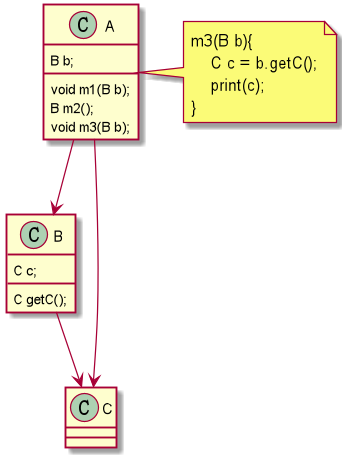
This is doc/images/LOD1.png from Drintau/StudyRepository, a PlantUML export, as it was before one commit. Its source is kept beside it as doc/UML/LOD1.puml. Its diagram source:
```plantuml
@startuml

class A{
    B b;
    void m1(B b);
    B m2();
    void m3(B b);
}
note right of A
m3(B b){
    C c = b.getC();
    print(c);
}
end note
class B{
    C c;
    C getC();
}
class C{
}

A --> B
A --> C
B --> C

@enduml
```
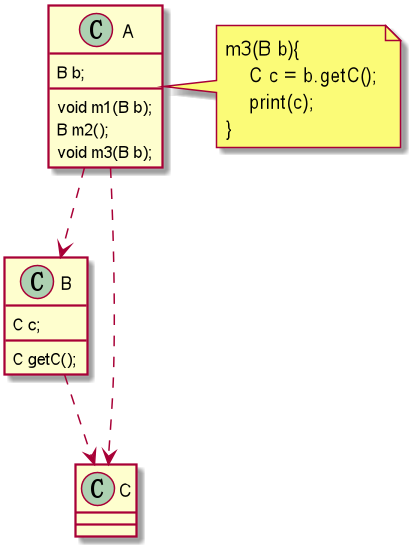
The same diagram one commit later.

The edit, as a diff of the source:
```diff
@@ -19,8 +19,8 @@
 class C{
 }
 
-A --> B
-A --> C
-B --> C
+A ..> B
+A ..> C
+B ..> C
 
 @enduml
```
